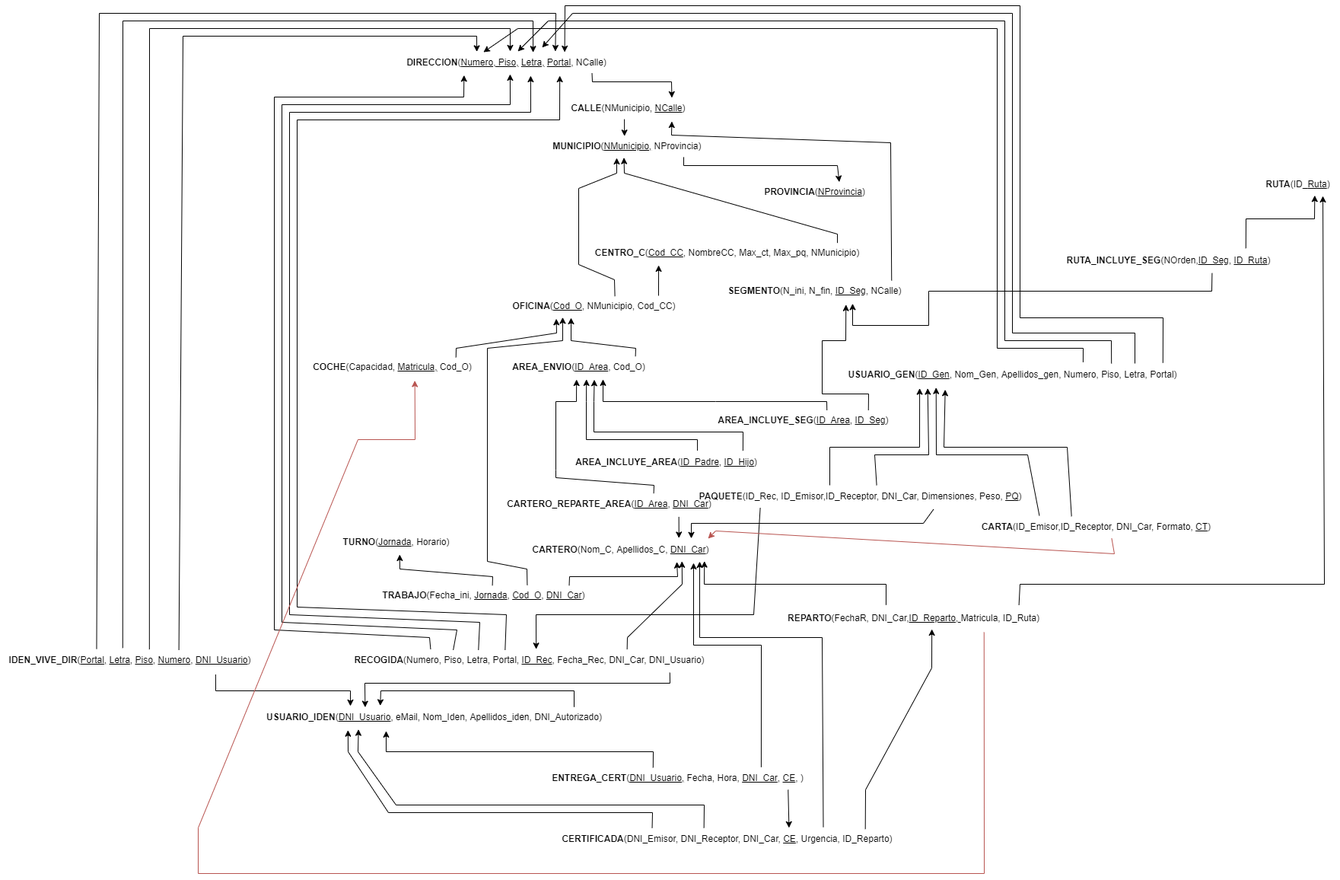
Above: Hito1/Modelo relacional.drawio.png in ErYavi/BBDD22 (draw.io), before the change. Source tidied: cells renumbered, new cells last; positions are measured from the earlier drawing's top-left corner, leaving out a move shared by most shapes.
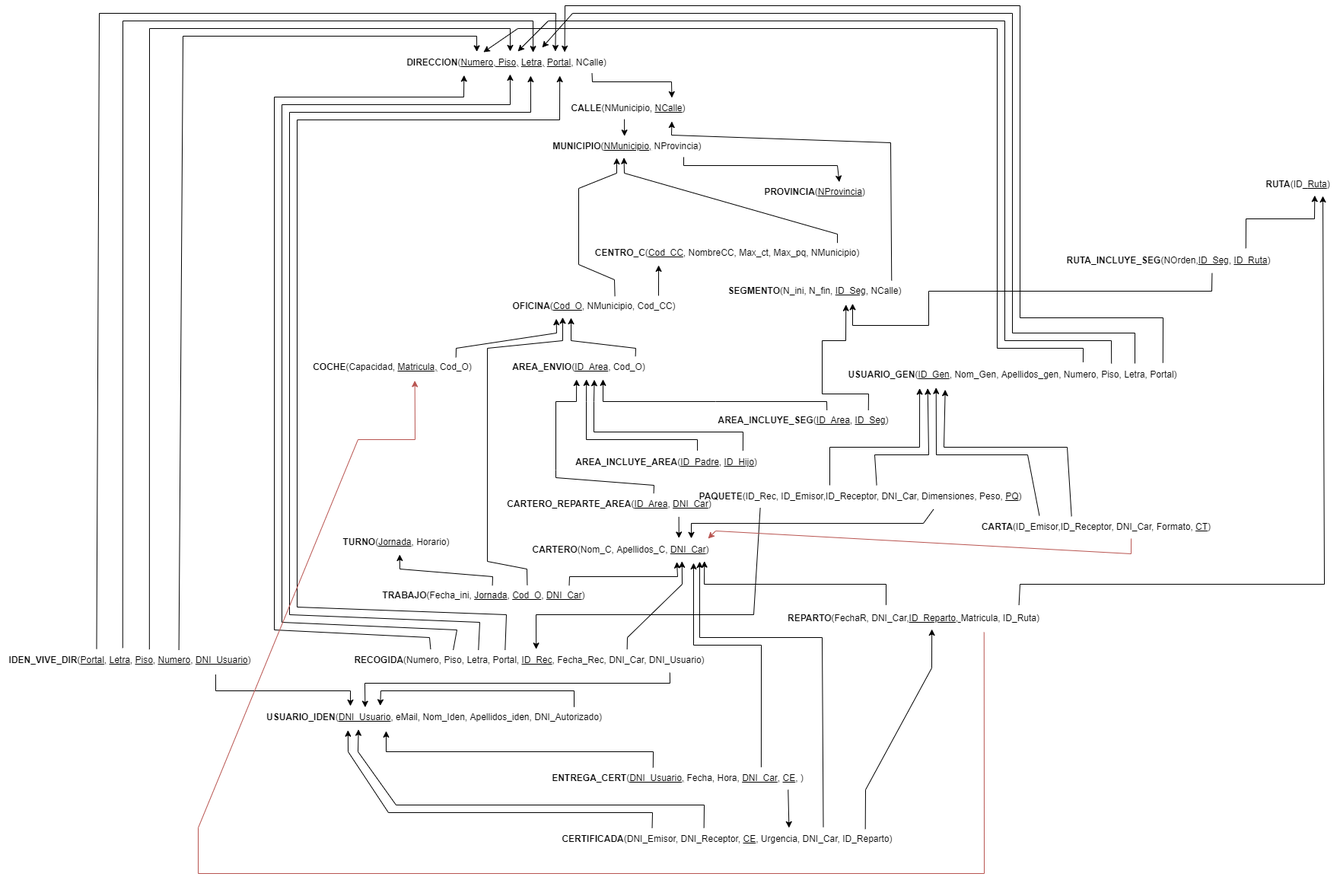
The same file after the commit.

The edit, as a diff of the source:
```diff
@@ -292,7 +292,7 @@
         </Array>
       </mxGeometry>
     </mxCell>
-    <mxCell id="49" value="&lt;b&gt;CERTIFICADA&lt;/b&gt;(DNI_Emisor, DNI_Receptor, DNI_Car,&amp;nbsp;&lt;u&gt;CE&lt;/u&gt;, Urgencia,&amp;nbsp;ID_Reparto)" style="text;html=1;align=center;verticalAlign=middle;points=[];strokeColor=none;fillColor=none;" parent="1" vertex="1">
+    <mxCell id="49" value="&lt;b&gt;CERTIFICADA&lt;/b&gt;(DNI_Emisor, DNI_Receptor,&amp;nbsp;&lt;u&gt;CE&lt;/u&gt;, Urgencia, DNI_Car,&amp;nbsp;ID_Reparto)" style="text;html=1;align=center;verticalAlign=middle;points=[];strokeColor=none;fillColor=none;" parent="1" vertex="1">
       <mxGeometry x="725" y="1080" width="460" height="30" as="geometry" />
     </mxCell>
     <mxCell id="50" style="endArrow=classic;html=1;rounded=0;exitX=0.895;exitY=0.055;exitDx=0;exitDy=0;exitPerimeter=0;entryX=0.569;entryY=0.967;entryDx=0;entryDy=0;entryPerimeter=0;" parent="1" edge="1" source="49" target="28">
@@ -495,11 +495,11 @@
         </Array>
       </mxGeometry>
     </mxCell>
-    <mxCell id="77" style="endArrow=classic;html=1;rounded=0;exitX=0.564;exitY=0.994;exitDx=0;exitDy=0;exitPerimeter=0;fillColor=#f8cecc;strokeColor=#b85450;" parent="1" edge="1" source="70">
+    <mxCell id="77" style="endArrow=classic;html=1;rounded=0;exitX=0.644;exitY=1;exitDx=0;exitDy=0;exitPerimeter=0;fillColor=#f8cecc;strokeColor=#b85450;" parent="1" edge="1" source="70">
       <mxGeometry relative="1" as="geometry">
         <mxPoint x="930" y="700" as="targetPoint" />
         <Array as="points">
-          <mxPoint x="1464" y="720" />
+          <mxPoint x="1486" y="720" />
           <mxPoint x="940" y="690" />
         </Array>
       </mxGeometry>
```
